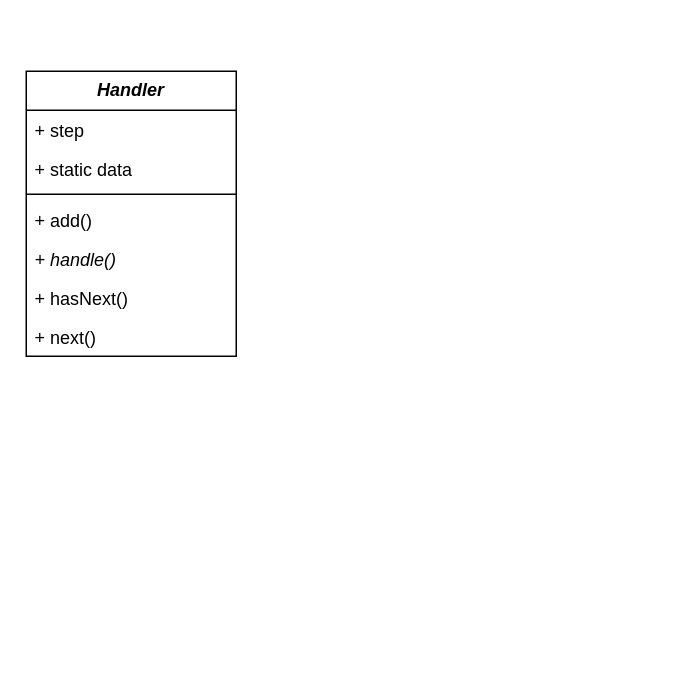
Before: chain-step.drawio in joelau71/uml, a draw.io diagram. Source tidied: cells renumbered, new cells numbered last; positions are measured from the earlier drawing's top-left corner, leaving out a move shared by most shapes. Both pictures are drawn from the tidied source at 150%, with x=0, y=0 at pixel (26, 70).
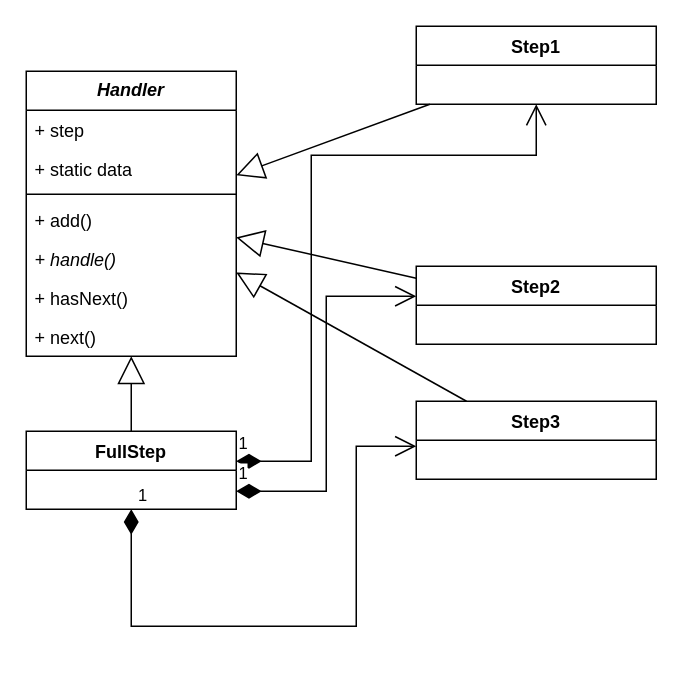
After the change.

The change refers to these unchanged cells:
```xml
<mxCell id="2" value="&lt;b&gt;&lt;i&gt;Handler&lt;/i&gt;&lt;/b&gt;" style="swimlane;fontStyle=0;horizontal=1;startSize=26;fillColor=none;whiteSpace=wrap;html=1;" parent="1" vertex="1">
  <mxGeometry width="140" height="190" as="geometry" />
</mxCell>
```

Diff of the diagram source:
```diff
@@
+    <mxCell id="10" value="FullStep" style="swimlane;fontStyle=1;align=center;verticalAlign=top;horizontal=1;startSize=26;whiteSpace=wrap;html=1;" parent="1" vertex="1">
+      <mxGeometry y="240" width="140" height="52" as="geometry" />
+    </mxCell>
+    <mxCell id="11" value="Step1" style="swimlane;fontStyle=1;align=center;verticalAlign=top;horizontal=1;startSize=26;whiteSpace=wrap;html=1;" parent="1" vertex="1">
+      <mxGeometry x="260" y="-30" width="160" height="52" as="geometry" />
+    </mxCell>
+    <mxCell id="12" style="endArrow=block;endSize=16;endFill=0;html=1;rounded=0;" parent="1" edge="1" source="10" target="2">
+      <mxGeometry relative="1" as="geometry" />
+    </mxCell>
+    <mxCell id="13" value="1" style="endArrow=open;html=1;endSize=12;startArrow=diamondThin;startSize=14;startFill=1;edgeStyle=orthogonalEdgeStyle;align=left;verticalAlign=bottom;rounded=0;" parent="1" edge="1" source="10" target="11">
+      <mxGeometry x="-1" y="3" relative="1" as="geometry">
+        <Array as="points">
+          <mxPoint x="190" y="260" />
+          <mxPoint x="190" y="56" />
+        </Array>
+      </mxGeometry>
+    </mxCell>
+    <mxCell id="14" value="Step2" style="swimlane;fontStyle=1;align=center;verticalAlign=top;horizontal=1;startSize=26;whiteSpace=wrap;html=1;" parent="1" vertex="1">
+      <mxGeometry x="260" y="130" width="160" height="52" as="geometry" />
+    </mxCell>
+    <mxCell id="15" value="Step3" style="swimlane;fontStyle=1;align=center;verticalAlign=top;horizontal=1;startSize=26;whiteSpace=wrap;html=1;" parent="1" vertex="1">
+      <mxGeometry x="260" y="220" width="160" height="52" as="geometry" />
+    </mxCell>
+    <mxCell id="16" value="1" style="endArrow=open;html=1;endSize=12;startArrow=diamondThin;startSize=14;startFill=1;edgeStyle=orthogonalEdgeStyle;align=left;verticalAlign=bottom;rounded=0;" parent="1" edge="1" source="10" target="14">
+      <mxGeometry x="-1" y="3" relative="1" as="geometry">
+        <Array as="points">
+          <mxPoint x="200" y="280" />
+          <mxPoint x="200" y="150" />
+        </Array>
+      </mxGeometry>
+    </mxCell>
+    <mxCell id="17" value="1" style="endArrow=open;html=1;endSize=12;startArrow=diamondThin;startSize=14;startFill=1;edgeStyle=orthogonalEdgeStyle;align=left;verticalAlign=bottom;rounded=0;" parent="1" edge="1" source="10" target="15">
+      <mxGeometry x="-1" y="3" relative="1" as="geometry">
+        <Array as="points">
+          <mxPoint x="70" y="370" />
+          <mxPoint x="220" y="370" />
+          <mxPoint x="220" y="250" />
+        </Array>
+      </mxGeometry>
+    </mxCell>
+    <mxCell id="18" style="endArrow=block;endSize=16;endFill=0;html=1;rounded=0;" parent="1" edge="1" source="11" target="2">
+      <mxGeometry relative="1" as="geometry" />
+    </mxCell>
+    <mxCell id="19" style="endArrow=block;endSize=16;endFill=0;html=1;rounded=0;" parent="1" edge="1" source="14" target="2">
+      <mxGeometry relative="1" as="geometry" />
+    </mxCell>
+    <mxCell id="20" style="endArrow=block;endSize=16;endFill=0;html=1;rounded=0;" parent="1" edge="1" source="15" target="2">
+      <mxGeometry relative="1" as="geometry" />
+    </mxCell>
```
